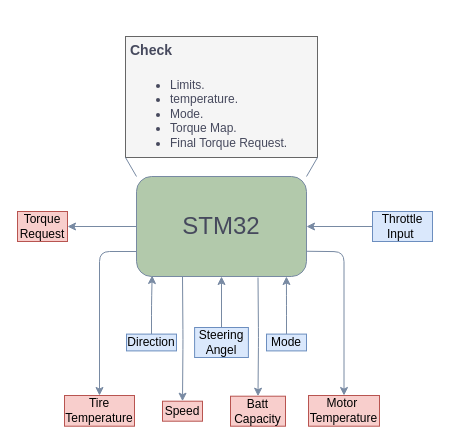
The draw.io diagram VCU Diagram.drawio in Mostafa1Mahmoud/FlowChartofCarControlingSystem, before the edit. Source tidied: cells renumbered, new cells numbered last; positions are measured from the earlier drawing's top-left corner, leaving out a move shared by most shapes. Both pictures are drawn from the tidied source at 100%, with x=0, y=0 at pixel (17, 27).
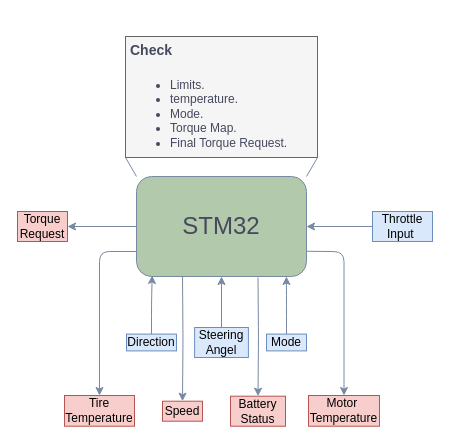
Above is the later version.

Change to the diagram source:
```diff
@@
-    <mxCell id="20" value="Batt Capacity" style="text;html=1;strokeColor=#b85450;fillColor=#f8cecc;align=center;verticalAlign=middle;whiteSpace=wrap;rounded=0;sketch=0;" parent="1" vertex="1">
+    <mxCell id="20" value="Battery Status" style="text;html=1;strokeColor=#b85450;fillColor=#f8cecc;align=center;verticalAlign=middle;whiteSpace=wrap;rounded=0;sketch=0;" parent="1" vertex="1">
       <mxGeometry x="213" y="368.7" width="55" height="30" as="geometry" />
     </mxCell>
```
